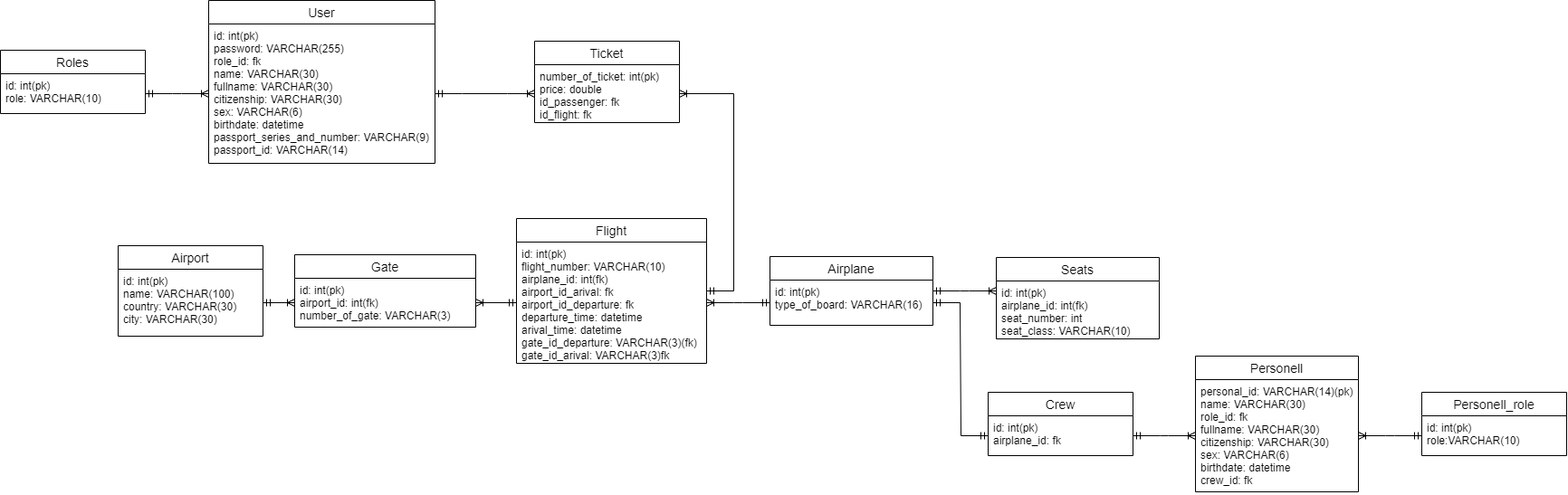
This is Aviaticket.png from DaftCod/Data_Bases-2022-23, a draw.io export, as it was before one commit. Source tidied: cells renumbered, new cells last; positions are measured from the earlier drawing's top-left corner, leaving out a move shared by most shapes.
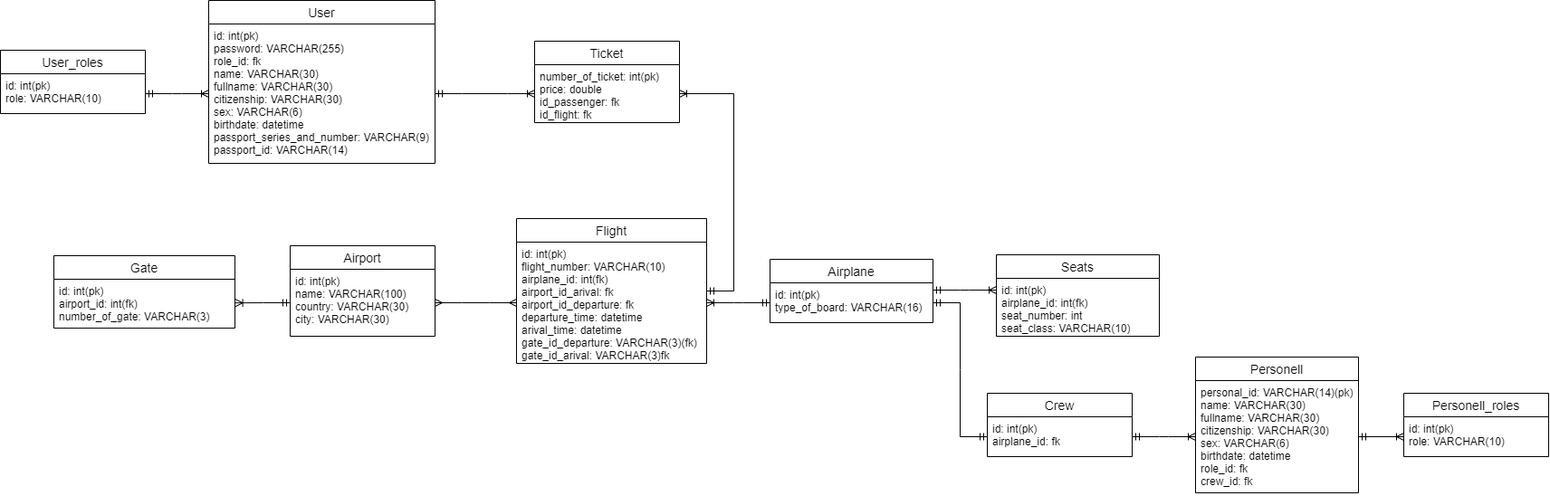
The same file after the commit.

Commit message:
Second_lab

What changed in the source:
```diff
@@ -3,7 +3,7 @@
     <mxCell id="0" />
     <mxCell id="1" parent="0" />
     <mxCell id="2" value="Airport" style="swimlane;fontStyle=0;horizontal=1;startSize=26;align=center;fontSize=14;" parent="1" vertex="1">
-      <mxGeometry x="130" y="271" width="160" height="100" as="geometry" />
+      <mxGeometry x="320" y="271" width="160" height="100" as="geometry" />
     </mxCell>
     <mxCell id="3" value="id: int(pk)&#10;name: VARCHAR(100)&#10;country: VARCHAR(30)&#10;city: VARCHAR(30)" style="text;strokeColor=none;fillColor=none;spacingLeft=4;spacingRight=4;overflow=hidden;points=[[0,0.5],[1,0.5]];portConstraint=eastwest;fontSize=12;" parent="2" vertex="1">
       <mxGeometry y="26" width="160" height="74" as="geometry" />
@@ -21,10 +21,10 @@
       <mxGeometry y="26" width="210" height="134" as="geometry" />
     </mxCell>
     <mxCell id="8" value="Airplane" style="swimlane;fontStyle=0;horizontal=1;startSize=26;align=center;fontSize=14;" parent="1" vertex="1">
-      <mxGeometry x="850" y="283" width="180" height="76" as="geometry" />
+      <mxGeometry x="850" y="286" width="180" height="70" as="geometry" />
     </mxCell>
-    <mxCell id="9" value="id: int(pk)&#10;type_of_board: VARCHAR(16)&#10;" style="text;strokeColor=none;fillColor=none;spacingLeft=4;spacingRight=4;overflow=hidden;points=[[0,0.5],[1,0.5]];portConstraint=eastwest;fontSize=12;" parent="8" vertex="1">
-      <mxGeometry y="26" width="180" height="50" as="geometry" />
+    <mxCell id="9" value="id: int(pk)&#10;type_of_board: VARCHAR(16)&#10;&#10;" style="text;strokeColor=none;fillColor=none;spacingLeft=4;spacingRight=4;overflow=hidden;points=[[0,0.5],[1,0.5]];portConstraint=eastwest;fontSize=12;" parent="8" vertex="1">
+      <mxGeometry y="26" width="180" height="44" as="geometry" />
     </mxCell>
     <mxCell id="10" style="edgeStyle=entityRelationEdgeStyle;fontSize=12;html=1;endArrow=ERoneToMany;startArrow=ERmandOne;rounded=0;entryX=1;entryY=0.5;entryDx=0;entryDy=0;" parent="1" edge="1" source="9" target="7">
       <mxGeometry relative="1" as="geometry" />
@@ -33,36 +33,36 @@
       <mxGeometry relative="1" as="geometry" />
     </mxCell>
     <mxCell id="12" value="Seats" style="swimlane;fontStyle=0;horizontal=1;startSize=26;align=center;fontSize=14;" parent="1" vertex="1">
-      <mxGeometry x="1100" y="284" width="180" height="90" as="geometry" />
+      <mxGeometry x="1100" y="281" width="180" height="90" as="geometry" />
     </mxCell>
     <mxCell id="13" value="id: int(pk)&#10;airplane_id: int(fk)&#10;seat_number: int&#10;seat_class: VARCHAR(10)&#10;&#10;&#10;" style="text;strokeColor=none;fillColor=none;spacingLeft=4;spacingRight=4;overflow=hidden;fontSize=12;" parent="12" vertex="1">
       <mxGeometry y="26" width="180" height="64" as="geometry" />
     </mxCell>
     <mxCell id="14" value="Crew" style="swimlane;fontStyle=0;horizontal=1;startSize=26;align=center;fontSize=14;" parent="1" vertex="1">
-      <mxGeometry x="1091" y="433" width="160" height="70" as="geometry" />
+      <mxGeometry x="1090" y="434" width="160" height="70" as="geometry" />
     </mxCell>
     <mxCell id="15" value="id: int(pk)&#10;airplane_id: fk" style="text;strokeColor=none;fillColor=none;spacingLeft=4;spacingRight=4;overflow=hidden;points=[[0,0.5],[1,0.5]];portConstraint=eastwest;fontSize=12;" parent="14" vertex="1">
       <mxGeometry y="26" width="160" height="44" as="geometry" />
     </mxCell>
     <mxCell id="16" value="Personell" style="swimlane;fontStyle=0;horizontal=1;startSize=26;align=center;fontSize=14;" parent="1" vertex="1">
-      <mxGeometry x="1320" y="393" width="180" height="150" as="geometry" />
+      <mxGeometry x="1320" y="394" width="180" height="150" as="geometry" />
     </mxCell>
-    <mxCell id="17" value="personal_id: VARCHAR(14)(pk)&#10;name: VARCHAR(30)&#10;role_id: fk&#10;fullname: VARCHAR(30)&#10;citizenship: VARCHAR(30)&#10;sex: VARCHAR(6)&#10;birthdate: datetime&#10;crew_id: fk" style="text;strokeColor=none;fillColor=none;spacingLeft=4;spacingRight=4;overflow=hidden;points=[[0,0.5],[1,0.5]];portConstraint=eastwest;fontSize=12;" parent="16" vertex="1">
+    <mxCell id="17" value="personal_id: VARCHAR(14)(pk)&#10;name: VARCHAR(30)&#10;fullname: VARCHAR(30)&#10;citizenship: VARCHAR(30)&#10;sex: VARCHAR(6)&#10;birthdate: datetime&#10;role_id: fk&#10;crew_id: fk" style="text;strokeColor=none;fillColor=none;spacingLeft=4;spacingRight=4;overflow=hidden;points=[[0,0.5],[1,0.5]];portConstraint=eastwest;fontSize=12;" parent="16" vertex="1">
       <mxGeometry y="26" width="180" height="124" as="geometry" />
     </mxCell>
     <mxCell id="18" value="Gate" style="swimlane;fontStyle=0;horizontal=1;startSize=26;align=center;fontSize=14;" parent="1" vertex="1">
-      <mxGeometry x="325" y="281" width="200" height="80" as="geometry" />
+      <mxGeometry x="59" y="282" width="200" height="80" as="geometry" />
     </mxCell>
     <mxCell id="19" value="id: int(pk)&#10;airport_id: int(fk)&#10;number_of_gate: VARCHAR(3)&#10;" style="text;strokeColor=none;fillColor=none;spacingLeft=4;spacingRight=4;overflow=hidden;points=[[0,0.5],[1,0.5]];portConstraint=eastwest;fontSize=12;" parent="18" vertex="1">
       <mxGeometry y="26" width="200" height="54" as="geometry" />
     </mxCell>
-    <mxCell id="20" style="edgeStyle=entityRelationEdgeStyle;fontSize=12;html=1;endArrow=ERoneToMany;startArrow=ERmandOne;rounded=0;entryX=0;entryY=0.5;entryDx=0;entryDy=0;" parent="1" edge="1" source="3" target="19">
+    <mxCell id="20" style="edgeStyle=entityRelationEdgeStyle;fontSize=12;html=1;endArrow=ERoneToMany;startArrow=ERmandOne;rounded=0;exitX=0;exitY=0.5;exitDx=0;exitDy=0;entryX=1.003;entryY=0.485;entryDx=0;entryDy=0;entryPerimeter=0;" parent="1" edge="1" source="3" target="19">
       <mxGeometry relative="1" as="geometry" />
     </mxCell>
     <mxCell id="21" style="edgeStyle=entityRelationEdgeStyle;fontSize=12;html=1;endArrow=ERoneToMany;startArrow=ERmandOne;rounded=0;entryX=0;entryY=0.328;entryDx=0;entryDy=0;exitX=1;exitY=0.5;exitDx=0;exitDy=0;entryPerimeter=0;" parent="1" edge="1">
       <mxGeometry relative="1" as="geometry">
-        <mxPoint x="1030" y="321" as="sourcePoint" />
-        <mxPoint x="1100" y="321" as="targetPoint" />
+        <mxPoint x="1030" y="320" as="sourcePoint" />
+        <mxPoint x="1100" y="320" as="targetPoint" />
       </mxGeometry>
     </mxCell>
     <mxCell id="22" style="edgeStyle=entityRelationEdgeStyle;fontSize=12;html=1;endArrow=ERoneToMany;startArrow=ERmandOne;rounded=0;exitX=1;exitY=0.5;exitDx=0;exitDy=0;" parent="1" edge="1" source="15" target="17">
@@ -74,7 +74,7 @@
     <mxCell id="24" value="id: int(pk)&#10;password: VARCHAR(255)&#10;role_id: fk&#10;name: VARCHAR(30)&#10;fullname: VARCHAR(30)&#10;citizenship: VARCHAR(30)&#10;sex: VARCHAR(6)&#10;birthdate: datetime&#10;passport_series_and_number: VARCHAR(9)&#10;passport_id: VARCHAR(14)" style="text;strokeColor=none;fillColor=none;spacingLeft=4;spacingRight=4;overflow=hidden;points=[[0,0.5],[1,0.5]];portConstraint=eastwest;fontSize=12;" parent="23" vertex="1">
       <mxGeometry y="26" width="250" height="154" as="geometry" />
     </mxCell>
-    <mxCell id="25" value="Roles" style="swimlane;fontStyle=0;horizontal=1;startSize=26;align=center;fontSize=14;" parent="1" vertex="1">
+    <mxCell id="25" value="User_roles" style="swimlane;fontStyle=0;horizontal=1;startSize=26;align=center;fontSize=14;" parent="1" vertex="1">
       <mxGeometry y="55" width="160" height="70" as="geometry" />
     </mxCell>
     <mxCell id="26" value="id: int(pk)&#10;role: VARCHAR(10)" style="text;strokeColor=none;fillColor=none;spacingLeft=4;spacingRight=4;overflow=hidden;points=[[0,0.5],[1,0.5]];portConstraint=eastwest;fontSize=12;" parent="25" vertex="1">
@@ -83,22 +83,22 @@
     <mxCell id="27" style="edgeStyle=entityRelationEdgeStyle;fontSize=12;html=1;endArrow=ERoneToMany;startArrow=ERmandOne;rounded=0;exitX=1;exitY=0.5;exitDx=0;exitDy=0;" parent="1" edge="1" source="24" target="5">
       <mxGeometry relative="1" as="geometry" />
     </mxCell>
+    <mxCell id="34" style="edgeStyle=entityRelationEdgeStyle;fontSize=12;html=1;endArrow=ERmany;startArrow=ERmany;rounded=0;exitX=0;exitY=0.5;exitDx=0;exitDy=0;" parent="1" edge="1" source="7" target="3">
+      <mxGeometry relative="1" as="geometry" />
+    </mxCell>
     <mxCell id="28" style="edgeStyle=entityRelationEdgeStyle;fontSize=12;html=1;endArrow=ERoneToMany;startArrow=ERmandOne;rounded=0;exitX=1;exitY=0.5;exitDx=0;exitDy=0;entryX=0;entryY=0.5;entryDx=0;entryDy=0;" parent="1" edge="1" source="26" target="24">
       <mxGeometry relative="1" as="geometry" />
     </mxCell>
-    <mxCell id="29" style="edgeStyle=entityRelationEdgeStyle;fontSize=12;html=1;endArrow=ERoneToMany;startArrow=ERmandOne;rounded=0;entryX=1;entryY=0.5;entryDx=0;entryDy=0;exitX=0;exitY=0.5;exitDx=0;exitDy=0;" parent="1" edge="1" source="7" target="19">
-      <mxGeometry relative="1" as="geometry" />
-    </mxCell>
-    <mxCell id="30" value="Personell_role" style="swimlane;fontStyle=0;horizontal=1;startSize=26;align=center;fontSize=14;" parent="1" vertex="1">
-      <mxGeometry x="1570" y="433" width="160" height="70" as="geometry" />
-    </mxCell>
-    <mxCell id="31" value="id: int(pk)&#10;role:VARCHAR(10)" style="text;strokeColor=none;fillColor=none;spacingLeft=4;spacingRight=4;overflow=hidden;points=[[0,0.5],[1,0.5]];portConstraint=eastwest;fontSize=12;" parent="30" vertex="1">
-      <mxGeometry y="26" width="160" height="44" as="geometry" />
-    </mxCell>
-    <mxCell id="32" style="edgeStyle=entityRelationEdgeStyle;fontSize=12;html=1;endArrow=ERoneToMany;startArrow=ERmandOne;rounded=0;exitX=0;exitY=0.5;exitDx=0;exitDy=0;entryX=1;entryY=0.5;entryDx=0;entryDy=0;" parent="1" edge="1" source="31" target="17">
-      <mxGeometry relative="1" as="geometry" />
-    </mxCell>
+    <mxCell id="35" value="Personell_roles" style="swimlane;fontStyle=0;horizontal=1;startSize=26;align=center;fontSize=14;" parent="1" vertex="1">
+      <mxGeometry x="1550" y="434" width="160" height="70" as="geometry" />
+    </mxCell>
+    <mxCell id="36" value="id: int(pk)&#10;role: VARCHAR(10)" style="text;strokeColor=none;fillColor=none;spacingLeft=4;spacingRight=4;overflow=hidden;points=[[0,0.5],[1,0.5]];portConstraint=eastwest;fontSize=12;" parent="35" vertex="1">
+      <mxGeometry y="26" width="160" height="44" as="geometry" />
+    </mxCell>
+    <mxCell id="37" style="edgeStyle=entityRelationEdgeStyle;fontSize=12;html=1;endArrow=ERoneToMany;startArrow=ERmandOne;rounded=0;exitX=1;exitY=0.5;exitDx=0;exitDy=0;entryX=0;entryY=0.5;entryDx=0;entryDy=0;" parent="1" edge="1" source="17" target="36">
+      <mxGeometry relative="1" as="geometry" />
+    </mxCell>
-    <mxCell id="33" style="edgeStyle=entityRelationEdgeStyle;fontSize=12;html=1;endArrow=ERmandOne;startArrow=ERmandOne;rounded=0;exitX=1;exitY=0.5;exitDx=0;exitDy=0;" parent="1" edge="1" source="9" target="15">
+    <mxCell id="33" style="edgeStyle=entityRelationEdgeStyle;fontSize=12;html=1;endArrow=ERmandOne;startArrow=ERmandOne;rounded=0;exitX=1;exitY=0.5;exitDx=0;exitDy=0;entryX=0;entryY=0.5;entryDx=0;entryDy=0;" parent="1" edge="1" source="9" target="15">
       <mxGeometry relative="1" as="geometry" />
     </mxCell>
   </root>
```
